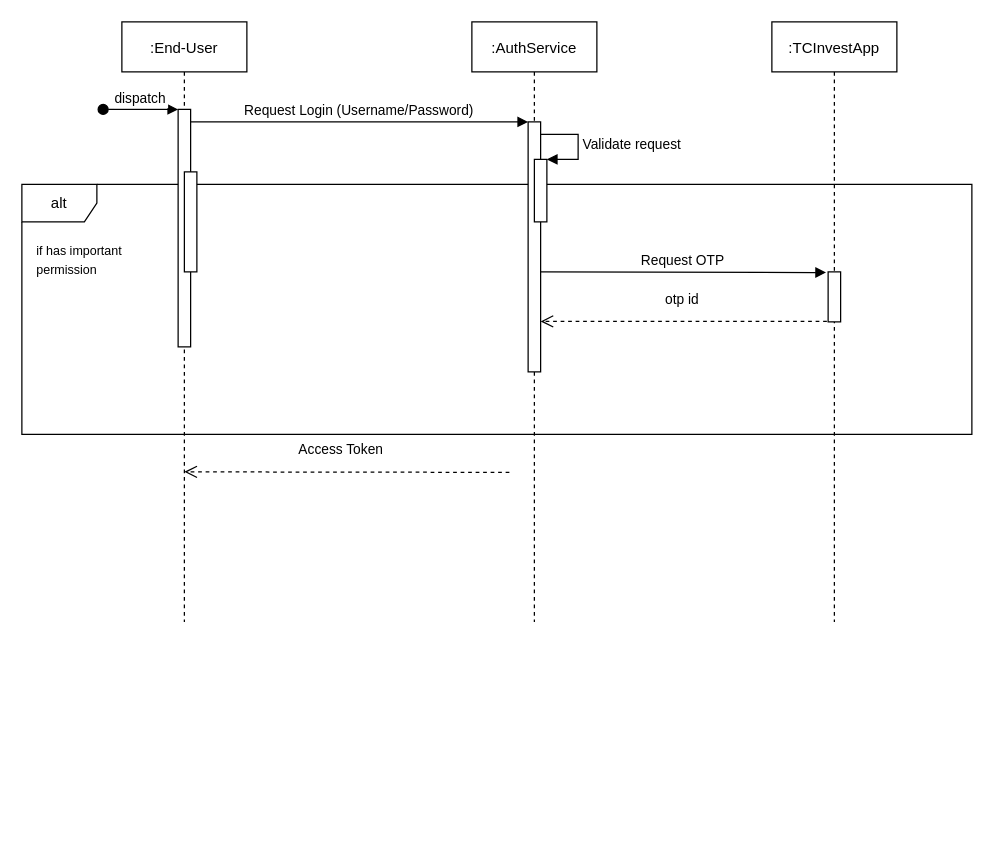
Earlier version of the draw.io diagram Untitled Diagram.drawio (ndhcoder/my-configs). Source tidied: cells renumbered, new cells numbered last; positions are measured from the earlier drawing's top-left corner, leaving out a move shared by most shapes. Both pictures are drawn from the tidied source at 125%, with x=0, y=0 at pixel (21, 21).
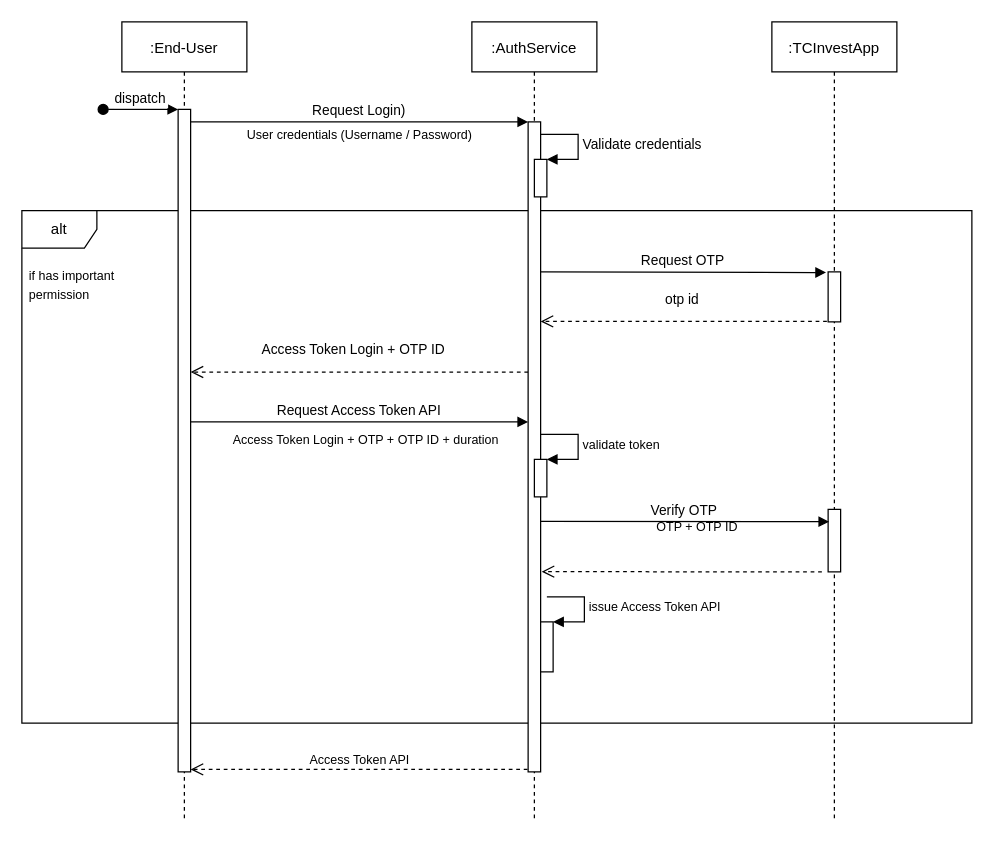
Above is the later version.

Change to the diagram source:
```diff
@@
     <mxCell id="2" value=":End-User" style="shape=umlLifeline;perimeter=lifelinePerimeter;rounded=0;shadow=0;strokeWidth=1;" parent="1" vertex="1">
-      <mxGeometry x="80" width="100" height="480" as="geometry" />
+      <mxGeometry x="80" width="100" height="640" as="geometry" />
     </mxCell>
     <mxCell id="3" value="alt" style="shape=umlFrame;whiteSpace=wrap;html=1;" parent="2" vertex="1">
-      <mxGeometry x="-80" y="130" width="760" height="200" as="geometry" />
+      <mxGeometry x="-80" y="151" width="760" height="410" as="geometry" />
     </mxCell>
     <mxCell id="4" style="points=[];perimeter=orthogonalPerimeter;rounded=0;shadow=0;strokeWidth=1;" parent="2" vertex="1">
-      <mxGeometry x="45" y="70" width="10" height="190" as="geometry" />
+      <mxGeometry x="45" y="70" width="10" height="530" as="geometry" />
     </mxCell>
@@
-    <mxCell id="6" style="perimeter=orthogonalPerimeter;rounded=0;shadow=0;strokeWidth=1;" parent="2" vertex="1">
-      <mxGeometry x="50" y="120" width="10" height="80" as="geometry" />
-    </mxCell>
-    <mxCell id="7" value="&lt;font style=&quot;font-size: 10px;&quot;&gt;if has important&lt;br&gt;permission&lt;/font&gt;" style="text;html=1;align=left;verticalAlign=middle;strokeColor=none;fillColor=none;" parent="2" vertex="1">
-      <mxGeometry x="-70" y="170" width="80" height="40" as="geometry" />
-    </mxCell>
+    <mxCell id="18" value="Access Token Login + OTP ID" style="html=1;verticalAlign=bottom;endArrow=open;dashed=1;endSize=8;rounded=0;exitX=0.5;exitY=0.992;exitDx=0;exitDy=0;exitPerimeter=0;" parent="2" edge="1" target="4">
+      <mxGeometry x="0.04" y="-9" relative="1" as="geometry">
+        <mxPoint x="325" y="280.1" as="sourcePoint" />
+      </mxGeometry>
+    </mxCell>
+    <mxCell id="19" value="Request Access Token API" style="verticalAlign=bottom;endArrow=block;entryX=0;entryY=0;shadow=0;strokeWidth=1;" parent="2" edge="1">
+      <mxGeometry relative="1" as="geometry">
+        <mxPoint x="55" y="320" as="sourcePoint" />
+        <mxPoint x="325" y="320" as="targetPoint" />
+      </mxGeometry>
+    </mxCell>
+    <mxCell id="20" value="Access Token Login + OTP + OTP ID + duration" style="text;html=1;align=center;verticalAlign=middle;strokeColor=none;fillColor=none;fontSize=10;" parent="2" vertex="1">
+      <mxGeometry x="80" y="324" width="230" height="20" as="geometry" />
+    </mxCell>
+    <mxCell id="21" style="html=1;verticalAlign=bottom;endArrow=open;dashed=1;endSize=8;rounded=0;entryX=1.083;entryY=0.692;entryDx=0;entryDy=0;entryPerimeter=0;" parent="2" edge="1" target="9">
+      <mxGeometry x="0.04" y="-9" relative="1" as="geometry">
+        <mxPoint x="560" y="440" as="sourcePoint" />
+      </mxGeometry>
+    </mxCell>
+    <mxCell id="22" value="Access Token API" style="text;html=1;align=center;verticalAlign=middle;strokeColor=none;fillColor=none;fontSize=10;" parent="2" vertex="1">
+      <mxGeometry x="140" y="580" width="100" height="20" as="geometry" />
+    </mxCell>
     <mxCell id="8" value=":AuthService" style="shape=umlLifeline;perimeter=lifelinePerimeter;rounded=0;shadow=0;strokeWidth=1;" parent="1" vertex="1">
-      <mxGeometry x="360" width="100" height="480" as="geometry" />
+      <mxGeometry x="360" width="100" height="640" as="geometry" />
     </mxCell>
     <mxCell id="9" style="points=[];perimeter=orthogonalPerimeter;rounded=0;shadow=0;strokeWidth=1;" parent="8" vertex="1">
-      <mxGeometry x="45" y="80" width="10" height="200" as="geometry" />
+      <mxGeometry x="45" y="80" width="10" height="520" as="geometry" />
     </mxCell>
     <mxCell id="10" style="html=1;points=[];perimeter=orthogonalPerimeter;" parent="8" vertex="1">
-      <mxGeometry x="50" y="110" width="10" height="50" as="geometry" />
+      <mxGeometry x="50" y="110" width="10" height="30" as="geometry" />
     </mxCell>
-    <mxCell id="11" value="Validate request" style="edgeStyle=orthogonalEdgeStyle;html=1;align=left;spacingLeft=2;endArrow=block;rounded=0;entryX=1;entryY=0;" parent="8" edge="1" target="10">
+    <mxCell id="11" value="Validate credentials" style="edgeStyle=orthogonalEdgeStyle;html=1;align=left;spacingLeft=2;endArrow=block;rounded=0;entryX=1;entryY=0;" parent="8" edge="1" target="10">
       <mxGeometry relative="1" as="geometry">
         <mxPoint x="55" y="90" as="sourcePoint" />
         <Array as="points">
           <mxPoint x="85" y="90" />
         </Array>
       </mxGeometry>
     </mxCell>
@@
+    <mxCell id="23" style="html=1;points=[];perimeter=orthogonalPerimeter;fontSize=10;" parent="8" vertex="1">
+      <mxGeometry x="50" y="350" width="10" height="30" as="geometry" />
+    </mxCell>
+    <mxCell id="24" value="validate token" style="edgeStyle=orthogonalEdgeStyle;html=1;align=left;spacingLeft=2;endArrow=block;rounded=0;entryX=1;entryY=0;fontSize=10;" parent="8" edge="1" target="23">
+      <mxGeometry relative="1" as="geometry">
+        <mxPoint x="55" y="330" as="sourcePoint" />
+        <Array as="points">
+          <mxPoint x="85" y="330" />
+        </Array>
+      </mxGeometry>
+    </mxCell>
+    <mxCell id="25" style="html=1;points=[];perimeter=orthogonalPerimeter;fontSize=10;" parent="8" vertex="1">
+      <mxGeometry x="55" y="480" width="10" height="40" as="geometry" />
+    </mxCell>
+    <mxCell id="26" value="issue Access Token API" style="edgeStyle=orthogonalEdgeStyle;html=1;align=left;spacingLeft=2;endArrow=block;rounded=0;entryX=1;entryY=0;fontSize=10;" parent="8" edge="1" target="25">
+      <mxGeometry relative="1" as="geometry">
+        <mxPoint x="60" y="460" as="sourcePoint" />
+        <Array as="points">
+          <mxPoint x="90" y="460" />
+        </Array>
+      </mxGeometry>
+    </mxCell>
-    <mxCell id="14" value="Request Login (Username/Password)" style="verticalAlign=bottom;endArrow=block;entryX=0;entryY=0;shadow=0;strokeWidth=1;" parent="1" edge="1" source="4" target="9">
+    <mxCell id="14" value="Request Login)" style="verticalAlign=bottom;endArrow=block;entryX=0;entryY=0;shadow=0;strokeWidth=1;" parent="1" edge="1" source="4" target="9">
       <mxGeometry relative="1" as="geometry" />
     </mxCell>
-    <mxCell id="15" value="Access Token" style="html=1;verticalAlign=bottom;endArrow=open;dashed=1;endSize=8;rounded=0;" parent="1" edge="1">
-      <mxGeometry x="0.04" y="-9" relative="1" as="geometry">
-        <mxPoint x="390" y="360.4" as="sourcePoint" />
-        <mxPoint x="130" y="360" as="targetPoint" />
-      </mxGeometry>
-    </mxCell>
     <mxCell id="16" value=":TCInvestApp" style="shape=umlLifeline;perimeter=lifelinePerimeter;rounded=0;shadow=0;strokeWidth=1;" parent="1" vertex="1">
-      <mxGeometry x="600" width="100" height="480" as="geometry" />
+      <mxGeometry x="600" width="100" height="640" as="geometry" />
     </mxCell>
@@
+    <mxCell id="27" style="points=[];perimeter=orthogonalPerimeter;rounded=0;shadow=0;strokeWidth=1;" parent="16" vertex="1">
+      <mxGeometry x="45" y="390" width="10" height="50" as="geometry" />
+    </mxCell>
+    <mxCell id="28" value="User credentials (Username / Password)" style="text;html=1;align=center;verticalAlign=middle;strokeColor=none;fillColor=none;fontSize=10;" parent="1" vertex="1">
+      <mxGeometry x="170" y="80" width="200" height="20" as="geometry" />
+    </mxCell>
+    <mxCell id="29" value="Verify OTP" style="verticalAlign=bottom;endArrow=block;shadow=0;strokeWidth=1;entryX=0.083;entryY=0.197;entryDx=0;entryDy=0;entryPerimeter=0;" parent="1" edge="1" target="27">
+      <mxGeometry relative="1" as="geometry">
+        <mxPoint x="415" y="399.5" as="sourcePoint" />
+      </mxGeometry>
+    </mxCell>
+    <mxCell id="30" style="html=1;verticalAlign=bottom;endArrow=open;dashed=1;endSize=8;rounded=0;" parent="1" edge="1">
+      <mxGeometry x="0.04" y="-9" relative="1" as="geometry">
+        <mxPoint x="404.5" y="598" as="sourcePoint" />
+        <mxPoint x="135" y="598" as="targetPoint" />
+      </mxGeometry>
+    </mxCell>
+    <mxCell id="31" value="OTP + OTP ID" style="text;html=1;align=center;verticalAlign=middle;strokeColor=none;fillColor=none;fontSize=10;" parent="1" vertex="1">
+      <mxGeometry x="500" y="394" width="80" height="20" as="geometry" />
+    </mxCell>
+    <mxCell id="7" value="&lt;font style=&quot;font-size: 10px;&quot;&gt;if has important&lt;br&gt;permission&lt;/font&gt;" style="text;html=1;align=left;verticalAlign=middle;strokeColor=none;fillColor=none;" parent="1" vertex="1">
+      <mxGeometry x="4" y="190" width="80" height="40" as="geometry" />
+    </mxCell>
```
